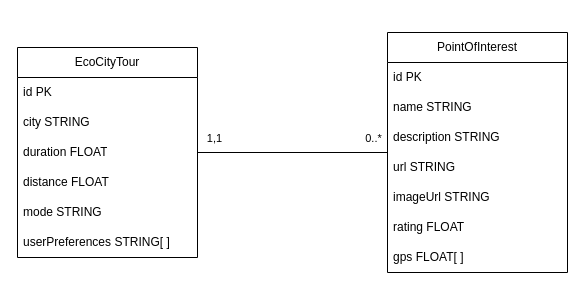
This is project-docs/memoriaTFGII_FPisot/diagrams/relacional.drawio from fps1001/TFGII_FPisot, a draw.io file, before an edit. Source tidied: cells renumbered, new cells numbered last; positions are measured from the earlier drawing's top-left corner, leaving out a move shared by most shapes. Both pictures are drawn from the tidied source at 100%, with x=0, y=0 at pixel (17, 32).
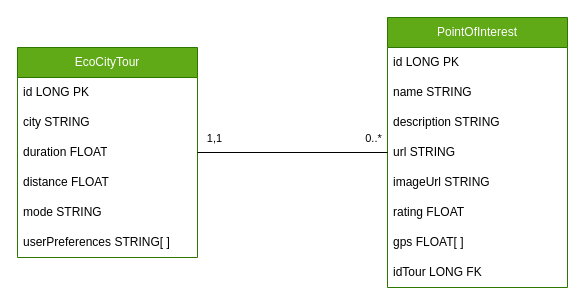
The same diagram, later.

What changed in the source:
```diff
@@
-    <mxCell id="2" value="EcoCityTour" style="swimlane;fontStyle=0;horizontal=1;startSize=30;whiteSpace=wrap;html=1;" parent="1" vertex="1">
+    <mxCell id="2" value="EcoCityTour" style="swimlane;fontStyle=0;horizontal=1;startSize=30;whiteSpace=wrap;html=1;fillColor=#60a917;fontColor=#ffffff;strokeColor=#2D7600;" parent="1" vertex="1">
       <mxGeometry y="15" width="180" height="210" as="geometry" />
     </mxCell>
-    <mxCell id="3" value="id PK" style="text;strokeColor=none;fillColor=none;align=left;verticalAlign=middle;spacingLeft=4;spacingRight=4;overflow=hidden;whiteSpace=wrap;html=1;" parent="2" vertex="1">
+    <mxCell id="3" value="id LONG PK" style="text;strokeColor=none;fillColor=none;align=left;verticalAlign=middle;spacingLeft=4;spacingRight=4;overflow=hidden;whiteSpace=wrap;html=1;" parent="2" vertex="1">
       <mxGeometry y="30" width="180" height="30" as="geometry" />
     </mxCell>
@@
-    <mxCell id="9" value="PointOfInterest" style="swimlane;fontStyle=0;horizontal=1;startSize=30;whiteSpace=wrap;html=1;" parent="1" vertex="1">
-      <mxGeometry x="370" width="180" height="240" as="geometry" />
+    <mxCell id="9" value="PointOfInterest" style="swimlane;fontStyle=0;horizontal=1;startSize=30;whiteSpace=wrap;html=1;fillColor=#60a917;fontColor=#ffffff;strokeColor=#2D7600;" parent="1" vertex="1">
+      <mxGeometry x="370" y="-15" width="180" height="270" as="geometry" />
     </mxCell>
-    <mxCell id="10" value="id PK" style="text;strokeColor=none;fillColor=none;align=left;verticalAlign=middle;spacingLeft=4;spacingRight=4;overflow=hidden;whiteSpace=wrap;html=1;" parent="9" vertex="1">
+    <mxCell id="10" value="id LONG PK" style="text;strokeColor=none;fillColor=none;align=left;verticalAlign=middle;spacingLeft=4;spacingRight=4;overflow=hidden;whiteSpace=wrap;html=1;" parent="9" vertex="1">
       <mxGeometry y="30" width="180" height="30" as="geometry" />
     </mxCell>
@@
+    <mxCell id="20" value="idTour LONG FK" style="text;strokeColor=none;fillColor=none;align=left;verticalAlign=middle;spacingLeft=4;spacingRight=4;overflow=hidden;whiteSpace=wrap;html=1;" parent="9" vertex="1">
+      <mxGeometry y="240" width="180" height="30" as="geometry" />
+    </mxCell>
```
